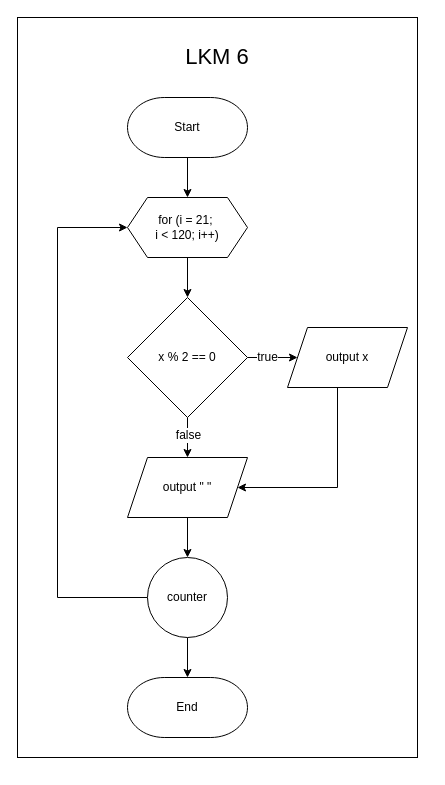
Before: 2. LKM 6/LKM PD 6.drawio in merizqiardi/Tugas-Perulangan, a draw.io diagram. Source tidied: cells renumbered, new cells numbered last; positions are measured from the earlier drawing's top-left corner, leaving out a move shared by most shapes. Both pictures are drawn from the tidied source at 100%, with x=0, y=0 at pixel (17, 17).
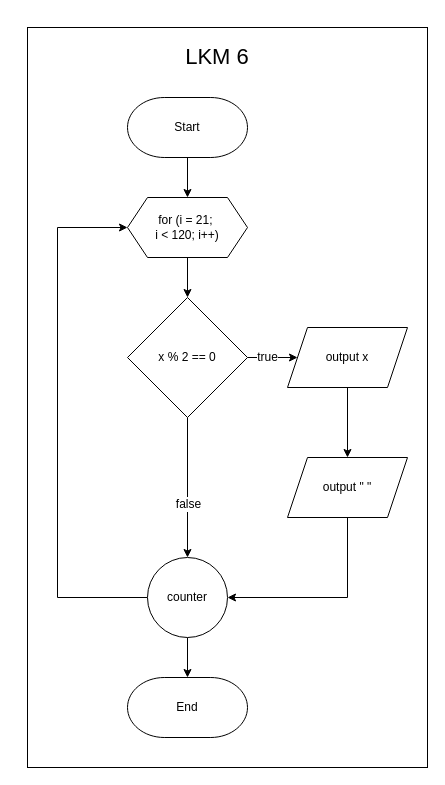
The same diagram, later.

Unchanged cells that the change refers to:
```xml
<mxCell id="11" value="x % 2 == 0" style="strokeWidth=1;html=1;shape=mxgraph.flowchart.decision;whiteSpace=wrap;" parent="1" vertex="1">
  <mxGeometry x="110" y="280" width="120" height="120" as="geometry" />
</mxCell>
<mxCell id="13" value="output x" style="shape=parallelogram;perimeter=parallelogramPerimeter;whiteSpace=wrap;html=1;fixedSize=1;strokeWidth=1;" parent="1" vertex="1">
  <mxGeometry x="270" y="310" width="120" height="60" as="geometry" />
</mxCell>
<mxCell id="18" value="counter" style="ellipse;whiteSpace=wrap;html=1;strokeColor=#000000;strokeWidth=1;fontSize=12;" parent="1" vertex="1">
  <mxGeometry x="130" y="540" width="80" height="80" as="geometry" />
</mxCell>
```

What changed in the source:
```diff
@@
     <mxCell id="2" style="rounded=0;whiteSpace=wrap;html=1;strokeColor=#000000;strokeWidth=1;fontSize=12;" parent="1" vertex="1">
-      <mxGeometry width="400" height="740" as="geometry" />
+      <mxGeometry x="10" y="10" width="400" height="740" as="geometry" />
     </mxCell>
@@
-    <mxCell id="9" style="edgeStyle=orthogonalEdgeStyle;rounded=0;jettySize=auto;html=1;fontSize=18;" parent="1" edge="1" source="11" target="15">
+    <mxCell id="9" style="edgeStyle=orthogonalEdgeStyle;rounded=0;jettySize=auto;html=1;fontSize=18;entryX=0.5;entryY=0;entryDx=0;entryDy=0;" parent="1" edge="1" source="11" target="18">
       <mxGeometry relative="1" as="geometry" />
     </mxCell>
@@
-    <mxCell id="12" style="edgeStyle=orthogonalEdgeStyle;rounded=0;jettySize=auto;html=1;entryX=1;entryY=0.5;entryDx=0;entryDy=0;fontSize=12;" parent="1" edge="1" source="13" target="15">
-      <mxGeometry relative="1" as="geometry">
-        <Array as="points">
-          <mxPoint x="320" y="470" />
-        </Array>
-      </mxGeometry>
+    <mxCell id="12" style="edgeStyle=orthogonalEdgeStyle;rounded=0;jettySize=auto;html=1;" parent="1" edge="1" source="13" target="15">
+      <mxGeometry relative="1" as="geometry" />
     </mxCell>
@@
-    <mxCell id="14" style="edgeStyle=orthogonalEdgeStyle;rounded=0;jettySize=auto;html=1;fontSize=12;" parent="1" edge="1" source="15" target="18">
-      <mxGeometry relative="1" as="geometry" />
-    </mxCell>
-    <mxCell id="15" value="output &quot; &quot;" style="shape=parallelogram;perimeter=parallelogramPerimeter;whiteSpace=wrap;html=1;fixedSize=1;strokeWidth=1;" parent="1" vertex="1">
-      <mxGeometry x="110" y="440" width="120" height="60" as="geometry" />
-    </mxCell>
@@
+    <mxCell id="14" style="edgeStyle=orthogonalEdgeStyle;rounded=0;jettySize=auto;html=1;entryX=1;entryY=0.5;entryDx=0;entryDy=0;" parent="1" edge="1" source="15" target="18">
+      <mxGeometry relative="1" as="geometry">
+        <Array as="points">
+          <mxPoint x="330" y="580" />
+        </Array>
+      </mxGeometry>
+    </mxCell>
+    <mxCell id="15" value="output &quot; &quot;" style="shape=parallelogram;perimeter=parallelogramPerimeter;whiteSpace=wrap;html=1;fixedSize=1;strokeWidth=1;" parent="1" vertex="1">
+      <mxGeometry x="270" y="440" width="120" height="60" as="geometry" />
+    </mxCell>
```
